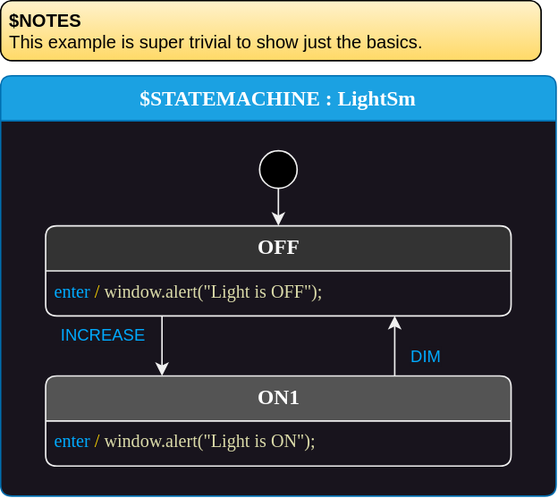
Before: src/StateSmith.CliTest/Run/examples/1/a/a1/a1b.drawio.svg, a diagram exported from draw.io (StateSmith/StateSmith). Source tidied: cells renumbered, new cells last; positions are measured from the earlier drawing's top-left corner, leaving out a move shared by most shapes. The source it was exported from:
```xml
<mxGraphModel>
  <root>
    <mxCell id="0" />
    <mxCell id="1" parent="0" />
    <mxCell id="2" value="$STATEMACHINE : LightSm" style="shape=swimlane;align=center;verticalAlign=top;fontFamily=Lucida Console;startSize=30;fontSize=14;fontStyle=1;swimlaneFillColor=#18141d;rounded=1;arcSize=15;absoluteArcSize=1;fillColor=#1ba1e2;fontColor=#ffffff;strokeColor=#006EAF;" parent="1" vertex="1">
      <mxGeometry y="50" width="370" height="280" as="geometry" />
    </mxCell>
    <mxCell id="3" value=" " style="fontFamily=Lucida Console;align=left;verticalAlign=top;fillColor=none;gradientColor=none;strokeColor=none;rounded=0;spacingLeft=4;" parent="2" vertex="1">
      <mxGeometry y="30" width="30" height="20" as="geometry" />
    </mxCell>
    <mxCell id="4" style="edgeStyle=none;html=1;strokeColor=#F0F0F0;" parent="2" edge="1" source="8" target="5">
      <mxGeometry relative="1" as="geometry" />
    </mxCell>
    <mxCell id="5" value="OFF" style="shape=swimlane;align=center;verticalAlign=top;fontFamily=Lucida Console;startSize=30;fontSize=14;fontStyle=1;swimlaneFillColor=#18141d;html=1;rounded=1;arcSize=15;absoluteArcSize=1;fillColor=#333333;fontColor=#FAFAFA;strokeColor=#F0F0F0;" parent="2" vertex="1">
      <mxGeometry x="30" y="100" width="310" height="60" as="geometry" />
    </mxCell>
    <mxCell id="6" value="&lt;font color=&quot;#00aaff&quot;&gt;enter &lt;/font&gt;&lt;font color=&quot;#ffd700&quot;&gt;/&lt;/font&gt;&amp;nbsp;&lt;font color=&quot;#dcdcaa&quot;&gt;window.alert(&quot;Light is OFF&quot;);&lt;/font&gt;" style="fontFamily=Lucida Console;align=left;verticalAlign=top;fillColor=none;gradientColor=none;strokeColor=none;rounded=0;spacingLeft=4;html=1;" parent="5" vertex="1">
      <mxGeometry y="30" width="290" height="30" as="geometry" />
    </mxCell>
    <mxCell id="7" value="INCREASE" style="edgeStyle=none;html=1;exitX=0.25;exitY=1;exitDx=0;exitDy=0;entryX=0.25;entryY=0;entryDx=0;entryDy=0;fontColor=#00AAFF;labelBackgroundColor=#18141D;strokeColor=#F0F0F0;" parent="2" edge="1" source="5" target="10">
      <mxGeometry x="-0.33" y="-40" relative="1" as="geometry" />
    </mxCell>
    <mxCell id="8" value="$initial_state" style="shape=ellipse;fillColor=#000000;noLabel=1;strokeColor=#F0F0F0;" parent="2" vertex="1">
      <mxGeometry x="172.5" y="50" width="25" height="25" as="geometry" />
    </mxCell>
    <mxCell id="9" value="DIM" style="edgeStyle=none;html=1;exitX=0.75;exitY=0;exitDx=0;exitDy=0;fontColor=#00AAFF;strokeColor=#F0F0F0;labelBackgroundColor=#18141D;entryX=0.75;entryY=1;entryDx=0;entryDy=0;" parent="2" edge="1" source="10" target="5">
      <mxGeometry x="-0.33" y="-20" relative="1" as="geometry" />
    </mxCell>
    <mxCell id="10" value="ON1" style="shape=swimlane;align=center;verticalAlign=top;fontFamily=Lucida Console;startSize=30;fontSize=14;fontStyle=1;swimlaneFillColor=#18141d;html=1;rounded=1;arcSize=15;absoluteArcSize=1;fillColor=#545454;fontColor=#ffffff;strokeColor=#F0F0F0;" parent="2" vertex="1">
      <mxGeometry x="30" y="200" width="310" height="60" as="geometry" />
    </mxCell>
    <mxCell id="11" value="&lt;font color=&quot;#00aaff&quot;&gt;enter&amp;nbsp;&lt;/font&gt;&lt;font color=&quot;#ffd700&quot;&gt;/&lt;/font&gt;&amp;nbsp;&lt;font color=&quot;#dcdcaa&quot;&gt;window.alert(&quot;Light is ON&quot;);&lt;/font&gt;" style="fontFamily=Lucida Console;align=left;verticalAlign=top;fillColor=none;gradientColor=none;strokeColor=none;rounded=0;spacingLeft=4;html=1;" parent="10" vertex="1">
      <mxGeometry y="30" width="290" height="30" as="geometry" />
    </mxCell>
    <mxCell id="12" value="&lt;b&gt;$NOTES&lt;/b&gt;&lt;br&gt;This example is super trivial to show just the basics." style="shape=rectangle;rounded=1;arcSize=15;absoluteArcSize=1;align=left;verticalAlign=top;whiteSpace=wrap;html=1;spacingLeft=4;strokeWidth=1;strokeColor=default;fillColor=#fff2cc;fontColor=#000000;gradientColor=#ffd966;" parent="1" vertex="1">
      <mxGeometry width="360" height="40" as="geometry" />
    </mxCell>
  </root>
</mxGraphModel>
```
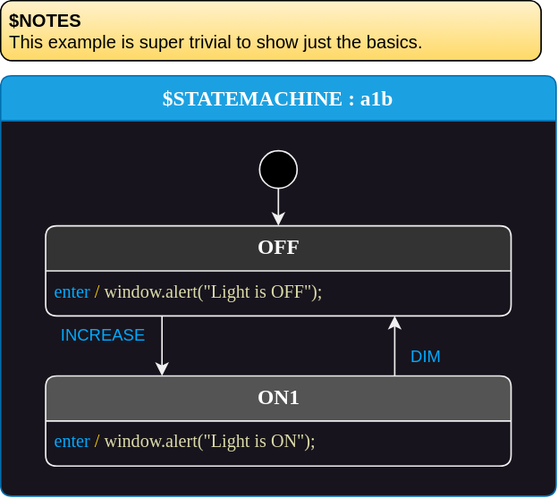
The same file after the commit.

The edit, as a diff of the source:
```diff
@@ -2,7 +2,7 @@
   <root>
     <mxCell id="0" />
     <mxCell id="1" parent="0" />
-    <mxCell id="2" value="$STATEMACHINE : LightSm" style="shape=swimlane;align=center;verticalAlign=top;fontFamily=Lucida Console;startSize=30;fontSize=14;fontStyle=1;swimlaneFillColor=#18141d;rounded=1;arcSize=15;absoluteArcSize=1;fillColor=#1ba1e2;fontColor=#ffffff;strokeColor=#006EAF;" parent="1" vertex="1">
+    <mxCell id="2" value="$STATEMACHINE : a1b" style="shape=swimlane;align=center;verticalAlign=top;fontFamily=Lucida Console;startSize=30;fontSize=14;fontStyle=1;swimlaneFillColor=#18141d;rounded=1;arcSize=15;absoluteArcSize=1;fillColor=#1ba1e2;fontColor=#ffffff;strokeColor=#006EAF;" parent="1" vertex="1">
       <mxGeometry y="50" width="370" height="280" as="geometry" />
     </mxCell>
     <mxCell id="3" value=" " style="fontFamily=Lucida Console;align=left;verticalAlign=top;fillColor=none;gradientColor=none;strokeColor=none;rounded=0;spacingLeft=4;" parent="2" vertex="1">
```
